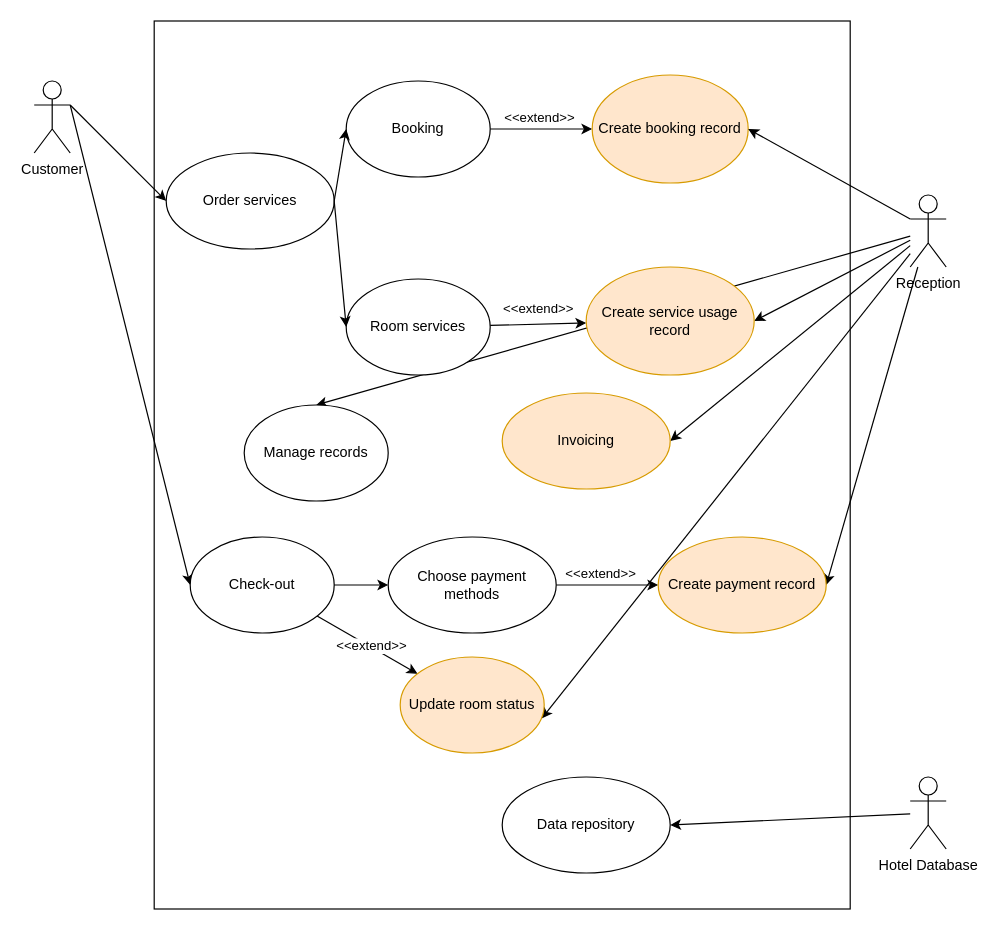
Before: Diagram/Use-case Diagram.drawio in jonathanha52/SE104.L23.PMCL, a draw.io diagram. Source tidied: cells renumbered, new cells numbered last; positions are measured from the earlier drawing's top-left corner, leaving out a move shared by most shapes. Both pictures are drawn from the tidied source at 120%, with x=0, y=0 at pixel (34, 20).
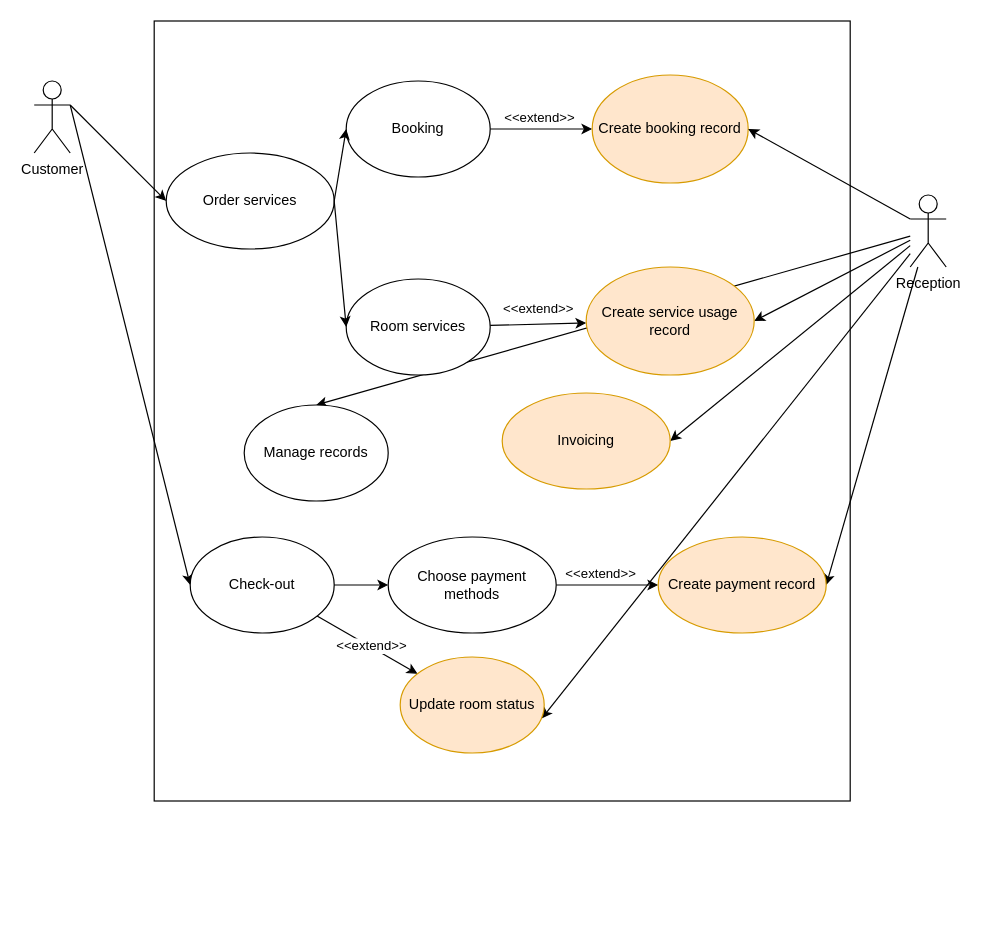
The same diagram, later.

What changed in the source:
```diff
@@
     <mxCell id="2" style="rounded=0;whiteSpace=wrap;html=1;" parent="1" vertex="1">
-      <mxGeometry x="100" width="580" height="740" as="geometry" />
+      <mxGeometry x="100" width="580" height="650" as="geometry" />
     </mxCell>
@@
-    <mxCell id="31" style="edgeStyle=none;rounded=0;jettySize=auto;html=1;entryX=1;entryY=0.5;entryDx=0;entryDy=0;" parent="1" edge="1" source="32" target="33">
-      <mxGeometry relative="1" as="geometry" />
-    </mxCell>
-    <mxCell id="32" value="Hotel Database" style="shape=umlActor;verticalLabelPosition=bottom;verticalAlign=top;html=1;" parent="1" vertex="1">
-      <mxGeometry x="730" y="630" width="30" height="60" as="geometry" />
-    </mxCell>
-    <mxCell id="33" value="Data repository" style="ellipse;whiteSpace=wrap;html=1;" parent="1" vertex="1">
-      <mxGeometry x="390" y="630" width="140" height="80" as="geometry" />
-    </mxCell>
```
